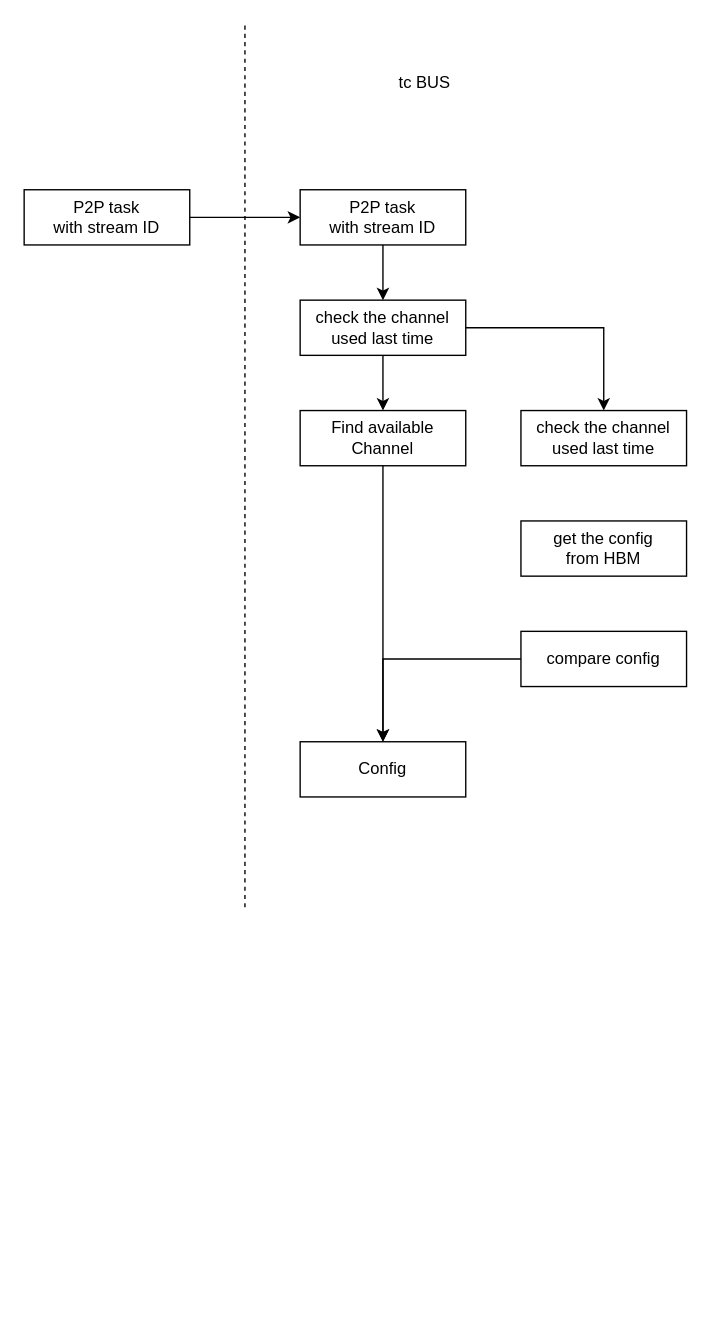
The draw.io diagram TCCL/drive_pcie_channel.drawio in BEYHHH/SBLP, before the edit. Source tidied: cells renumbered, new cells numbered last; positions are measured from the earlier drawing's top-left corner, leaving out a move shared by most shapes. Both pictures are drawn from the tidied source at 138%, with x=0, y=0 at pixel (23, 23).
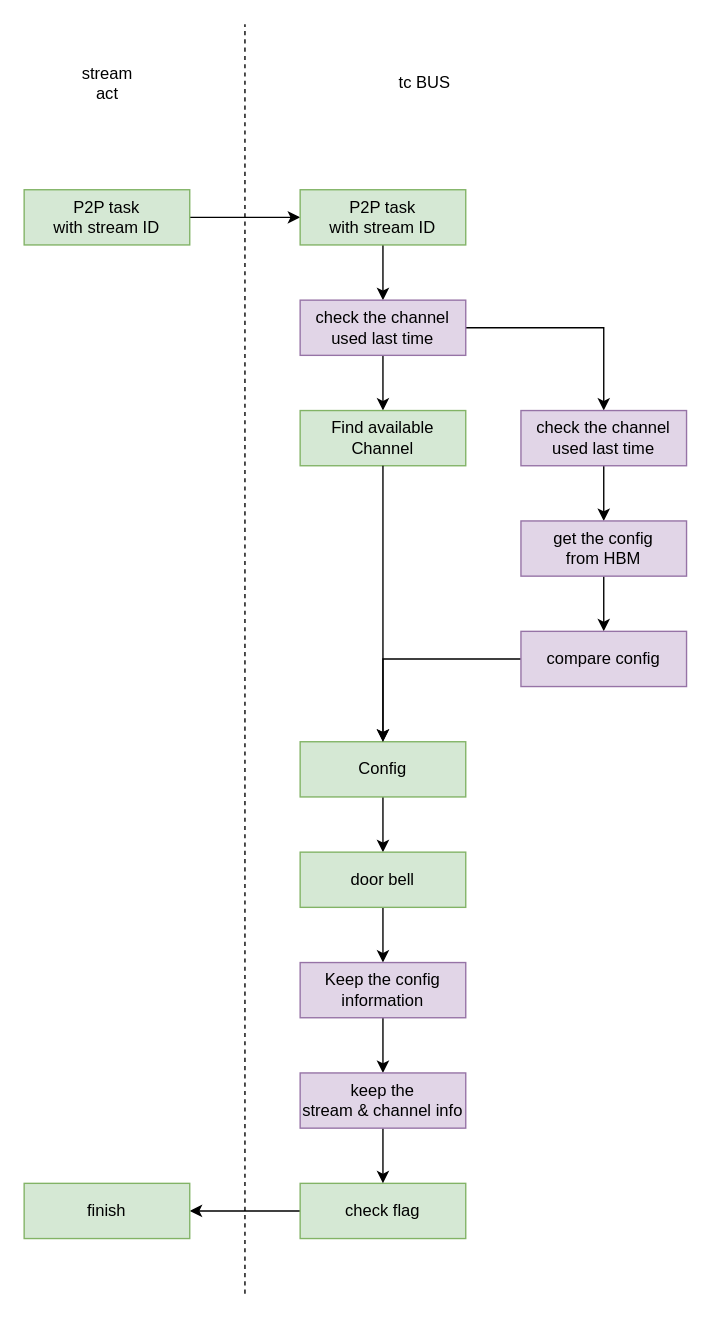
The same diagram, later.

Diff of the diagram source:
```diff
@@
-    <mxCell id="3" value="P2P task&lt;br&gt;with stream ID" style="rounded=0;whiteSpace=wrap;html=1;" parent="1" vertex="1">
+    <mxCell id="3" value="P2P task&lt;br&gt;with stream ID" style="rounded=0;whiteSpace=wrap;html=1;fillColor=#d5e8d4;strokeColor=#82b366;" parent="1" vertex="1">
       <mxGeometry y="120" width="120" height="40" as="geometry" />
     </mxCell>
     <mxCell id="4" style="endArrow=none;dashed=1;html=1;rounded=0;" parent="1" edge="1">
       <mxGeometry relative="1" as="geometry">
-        <mxPoint x="160" y="640" as="sourcePoint" />
+        <mxPoint x="160" y="920" as="sourcePoint" />
         <mxPoint x="160" as="targetPoint" />
       </mxGeometry>
     </mxCell>
@@
-    <mxCell id="6" value="P2P task&lt;br&gt;with stream ID" style="rounded=0;whiteSpace=wrap;html=1;" parent="1" vertex="1">
+    <mxCell id="6" value="P2P task&lt;br&gt;with stream ID" style="rounded=0;whiteSpace=wrap;html=1;fillColor=#d5e8d4;strokeColor=#82b366;" parent="1" vertex="1">
       <mxGeometry x="200" y="120" width="120" height="40" as="geometry" />
     </mxCell>
@@
-    <mxCell id="10" value="check the channel&lt;br&gt;used last time" style="rounded=0;whiteSpace=wrap;html=1;" parent="1" vertex="1">
+    <mxCell id="10" value="check the channel&lt;br&gt;used last time" style="rounded=0;whiteSpace=wrap;html=1;fillColor=#e1d5e7;strokeColor=#9673a6;" parent="1" vertex="1">
       <mxGeometry x="200" y="200" width="120" height="40" as="geometry" />
     </mxCell>
-    <mxCell id="11" value="Find available Channel" style="rounded=0;whiteSpace=wrap;html=1;" parent="1" vertex="1">
+    <mxCell id="11" value="Find available Channel" style="rounded=0;whiteSpace=wrap;html=1;fillColor=#d5e8d4;strokeColor=#82b366;" parent="1" vertex="1">
       <mxGeometry x="200" y="280" width="120" height="40" as="geometry" />
     </mxCell>
+    <mxCell id="18" style="edgeStyle=orthogonalEdgeStyle;rounded=0;jettySize=auto;html=1;" parent="1" edge="1" source="12" target="13">
+      <mxGeometry relative="1" as="geometry" />
+    </mxCell>
-    <mxCell id="12" value="check the channel&lt;br&gt;used last time" style="rounded=0;whiteSpace=wrap;html=1;" parent="1" vertex="1">
+    <mxCell id="12" value="check the channel&lt;br&gt;used last time" style="rounded=0;whiteSpace=wrap;html=1;fillColor=#e1d5e7;strokeColor=#9673a6;" parent="1" vertex="1">
       <mxGeometry x="360" y="280" width="120" height="40" as="geometry" />
     </mxCell>
+    <mxCell id="19" style="edgeStyle=orthogonalEdgeStyle;rounded=0;jettySize=auto;html=1;" parent="1" edge="1" source="13" target="16">
+      <mxGeometry relative="1" as="geometry" />
+    </mxCell>
-    <mxCell id="13" value="get the config &lt;br&gt;from HBM" style="rounded=0;whiteSpace=wrap;html=1;" parent="1" vertex="1">
+    <mxCell id="13" value="get the config &lt;br&gt;from HBM" style="rounded=0;whiteSpace=wrap;html=1;fillColor=#e1d5e7;strokeColor=#9673a6;" parent="1" vertex="1">
       <mxGeometry x="360" y="360" width="120" height="40" as="geometry" />
     </mxCell>
+    <mxCell id="20" style="edgeStyle=orthogonalEdgeStyle;rounded=0;jettySize=auto;html=1;" parent="1" edge="1" source="14" target="22">
+      <mxGeometry relative="1" as="geometry" />
+    </mxCell>
-    <mxCell id="14" value="Config" style="rounded=0;whiteSpace=wrap;html=1;" parent="1" vertex="1">
+    <mxCell id="14" value="Config" style="rounded=0;whiteSpace=wrap;html=1;fillColor=#d5e8d4;strokeColor=#82b366;" parent="1" vertex="1">
       <mxGeometry x="200" y="520" width="120" height="40" as="geometry" />
     </mxCell>
@@
-    <mxCell id="16" value="compare config" style="rounded=0;whiteSpace=wrap;html=1;" parent="1" vertex="1">
+    <mxCell id="16" value="compare config" style="rounded=0;whiteSpace=wrap;html=1;fillColor=#e1d5e7;strokeColor=#9673a6;" parent="1" vertex="1">
       <mxGeometry x="360" y="440" width="120" height="40" as="geometry" />
     </mxCell>
@@
+    <mxCell id="21" style="edgeStyle=orthogonalEdgeStyle;rounded=0;jettySize=auto;html=1;" parent="1" edge="1" source="22" target="26">
+      <mxGeometry relative="1" as="geometry" />
+    </mxCell>
+    <mxCell id="22" value="door bell" style="rounded=0;whiteSpace=wrap;html=1;fillColor=#d5e8d4;strokeColor=#82b366;" parent="1" vertex="1">
+      <mxGeometry x="200" y="600" width="120" height="40" as="geometry" />
+    </mxCell>
+    <mxCell id="23" style="edgeStyle=orthogonalEdgeStyle;rounded=0;jettySize=auto;html=1;" parent="1" edge="1" source="24" target="30">
+      <mxGeometry relative="1" as="geometry" />
+    </mxCell>
+    <mxCell id="24" value="check flag" style="rounded=0;whiteSpace=wrap;html=1;fillColor=#d5e8d4;strokeColor=#82b366;" parent="1" vertex="1">
+      <mxGeometry x="200" y="840" width="120" height="40" as="geometry" />
+    </mxCell>
+    <mxCell id="25" style="edgeStyle=orthogonalEdgeStyle;rounded=0;jettySize=auto;html=1;" parent="1" edge="1" source="26" target="28">
+      <mxGeometry relative="1" as="geometry" />
+    </mxCell>
+    <mxCell id="26" value="Keep the config&lt;br&gt;information" style="rounded=0;whiteSpace=wrap;html=1;fillColor=#e1d5e7;strokeColor=#9673a6;" parent="1" vertex="1">
+      <mxGeometry x="200" y="680" width="120" height="40" as="geometry" />
+    </mxCell>
+    <mxCell id="27" style="edgeStyle=orthogonalEdgeStyle;rounded=0;jettySize=auto;html=1;" parent="1" edge="1" source="28" target="24">
+      <mxGeometry relative="1" as="geometry" />
+    </mxCell>
+    <mxCell id="28" value="keep the &lt;br&gt;stream &amp;amp; channel info" style="rounded=0;whiteSpace=wrap;html=1;fillColor=#e1d5e7;strokeColor=#9673a6;" parent="1" vertex="1">
+      <mxGeometry x="200" y="760" width="120" height="40" as="geometry" />
+    </mxCell>
+    <mxCell id="29" value="stream&lt;br&gt;act" style="text;html=1;align=center;verticalAlign=middle;strokeColor=none;fillColor=none;" parent="1" vertex="1">
+      <mxGeometry x="30" y="23" width="60" height="40" as="geometry" />
+    </mxCell>
+    <mxCell id="30" value="finish" style="rounded=0;whiteSpace=wrap;html=1;fillColor=#d5e8d4;strokeColor=#82b366;" parent="1" vertex="1">
+      <mxGeometry y="840" width="120" height="40" as="geometry" />
+    </mxCell>
```
